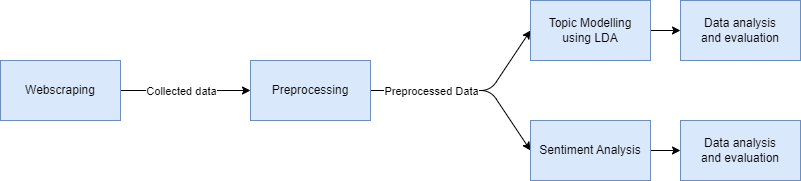
Before: Thesis/Project/thesis/resources/methodology.png, a diagram exported from draw.io (MundherAl/BachelorThesis). Source tidied: cells renumbered, new cells last; positions are measured from the earlier drawing's top-left corner, leaving out a move shared by most shapes. Source of this version:
```xml
<mxGraphModel>
  <root>
    <mxCell id="0" />
    <mxCell id="1" parent="0" />
    <mxCell id="2" style="edgeStyle=none;html=1;" parent="1" edge="1" source="4" target="8">
      <mxGeometry relative="1" as="geometry" />
    </mxCell>
    <mxCell id="3" value="Collected data" style="edgeLabel;html=1;align=center;verticalAlign=middle;" parent="2" vertex="1">
      <mxGeometry x="-0.18" y="2" relative="1" as="geometry">
        <mxPoint x="6" y="2" as="offset" />
      </mxGeometry>
    </mxCell>
    <mxCell id="4" value="Webscraping" style="whiteSpace=wrap;html=1;fillColor=#dae8fc;strokeColor=#6c8ebf;" parent="1" vertex="1">
      <mxGeometry y="60" width="120" height="60" as="geometry" />
    </mxCell>
    <mxCell id="5" style="edgeStyle=none;html=1;exitX=1;exitY=0.5;exitDx=0;exitDy=0;entryX=0;entryY=0.5;entryDx=0;entryDy=0;" parent="1" edge="1" source="8" target="10">
      <mxGeometry relative="1" as="geometry">
        <Array as="points">
          <mxPoint x="490" y="90" />
        </Array>
      </mxGeometry>
    </mxCell>
    <mxCell id="6" style="edgeStyle=none;html=1;exitX=1;exitY=0.5;exitDx=0;exitDy=0;entryX=0;entryY=0.5;entryDx=0;entryDy=0;" parent="1" edge="1" source="8" target="12">
      <mxGeometry relative="1" as="geometry">
        <Array as="points">
          <mxPoint x="490" y="90" />
        </Array>
      </mxGeometry>
    </mxCell>
    <mxCell id="7" value="Preprocessed Data" style="edgeLabel;html=1;align=center;verticalAlign=middle;" parent="6" vertex="1">
      <mxGeometry x="-0.54" relative="1" as="geometry">
        <mxPoint x="16" as="offset" />
      </mxGeometry>
    </mxCell>
    <mxCell id="8" value="Preprocessing" style="whiteSpace=wrap;html=1;fillColor=#dae8fc;strokeColor=#6c8ebf;" parent="1" vertex="1">
      <mxGeometry x="250" y="60" width="120" height="60" as="geometry" />
    </mxCell>
    <mxCell id="9" style="edgeStyle=none;html=1;" parent="1" edge="1" source="10" target="13">
      <mxGeometry relative="1" as="geometry" />
    </mxCell>
    <mxCell id="10" value="Topic Modelling&lt;br&gt;using LDA" style="whiteSpace=wrap;html=1;fillColor=#dae8fc;strokeColor=#6c8ebf;" parent="1" vertex="1">
      <mxGeometry x="530" width="120" height="60" as="geometry" />
    </mxCell>
    <mxCell id="11" style="edgeStyle=none;html=1;" parent="1" edge="1" source="12" target="14">
      <mxGeometry relative="1" as="geometry" />
    </mxCell>
    <mxCell id="12" value="Sentiment Analysis" style="whiteSpace=wrap;html=1;fillColor=#dae8fc;strokeColor=#6c8ebf;" parent="1" vertex="1">
      <mxGeometry x="530" y="120" width="120" height="60" as="geometry" />
    </mxCell>
    <mxCell id="13" value="Data analysis&lt;br&gt;and evaluation" style="whiteSpace=wrap;html=1;fillColor=#dae8fc;strokeColor=#6c8ebf;" parent="1" vertex="1">
      <mxGeometry x="680" width="120" height="60" as="geometry" />
    </mxCell>
    <mxCell id="14" value="Data analysis&lt;br&gt;and evaluation" style="whiteSpace=wrap;html=1;fillColor=#dae8fc;strokeColor=#6c8ebf;" parent="1" vertex="1">
      <mxGeometry x="680" y="120" width="120" height="60" as="geometry" />
    </mxCell>
  </root>
</mxGraphModel>
```
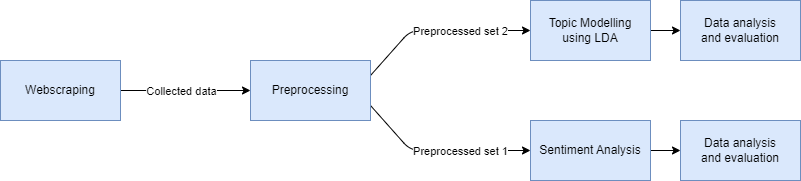
After the commit.

Diff of the diagram source:
```diff
@@ -13,25 +13,30 @@
     <mxCell id="4" value="Webscraping" style="whiteSpace=wrap;html=1;fillColor=#dae8fc;strokeColor=#6c8ebf;" parent="1" vertex="1">
       <mxGeometry y="60" width="120" height="60" as="geometry" />
     </mxCell>
-    <mxCell id="5" style="edgeStyle=none;html=1;exitX=1;exitY=0.5;exitDx=0;exitDy=0;entryX=0;entryY=0.5;entryDx=0;entryDy=0;" parent="1" edge="1" source="8" target="10">
+    <mxCell id="5" style="edgeStyle=none;html=1;exitX=1;exitY=0.25;exitDx=0;exitDy=0;entryX=0;entryY=0.5;entryDx=0;entryDy=0;" parent="1" edge="1" source="8" target="10">
       <mxGeometry relative="1" as="geometry">
         <Array as="points">
-          <mxPoint x="490" y="90" />
+          <mxPoint x="410" y="30" />
         </Array>
       </mxGeometry>
     </mxCell>
+    <mxCell id="15" value="Preprocessed set 2" style="edgeLabel;html=1;align=center;verticalAlign=middle;" parent="5" vertex="1">
+      <mxGeometry x="-0.22" y="2" relative="1" as="geometry">
+        <mxPoint x="40" y="2" as="offset" />
+      </mxGeometry>
+    </mxCell>
-    <mxCell id="6" style="edgeStyle=none;html=1;exitX=1;exitY=0.5;exitDx=0;exitDy=0;entryX=0;entryY=0.5;entryDx=0;entryDy=0;" parent="1" edge="1" source="8" target="12">
+    <mxCell id="6" style="edgeStyle=none;html=1;exitX=1;exitY=0.75;exitDx=0;exitDy=0;entryX=0;entryY=0.5;entryDx=0;entryDy=0;" parent="1" edge="1" source="8" target="12">
       <mxGeometry relative="1" as="geometry">
         <Array as="points">
-          <mxPoint x="490" y="90" />
+          <mxPoint x="410" y="150" />
         </Array>
       </mxGeometry>
     </mxCell>
-    <mxCell id="7" value="Preprocessed Data" style="edgeLabel;html=1;align=center;verticalAlign=middle;" parent="6" vertex="1">
-      <mxGeometry x="-0.54" relative="1" as="geometry">
-        <mxPoint x="16" as="offset" />
-      </mxGeometry>
-    </mxCell>
+    <mxCell id="16" value="Preprocessed set 1" style="edgeLabel;html=1;align=center;verticalAlign=middle;" parent="6" vertex="1">
+      <mxGeometry x="0.1" y="-1" relative="1" as="geometry">
+        <mxPoint x="11" y="-1" as="offset" />
+      </mxGeometry>
+    </mxCell>
     <mxCell id="8" value="Preprocessing" style="whiteSpace=wrap;html=1;fillColor=#dae8fc;strokeColor=#6c8ebf;" parent="1" vertex="1">
       <mxGeometry x="250" y="60" width="120" height="60" as="geometry" />
     </mxCell>
```
